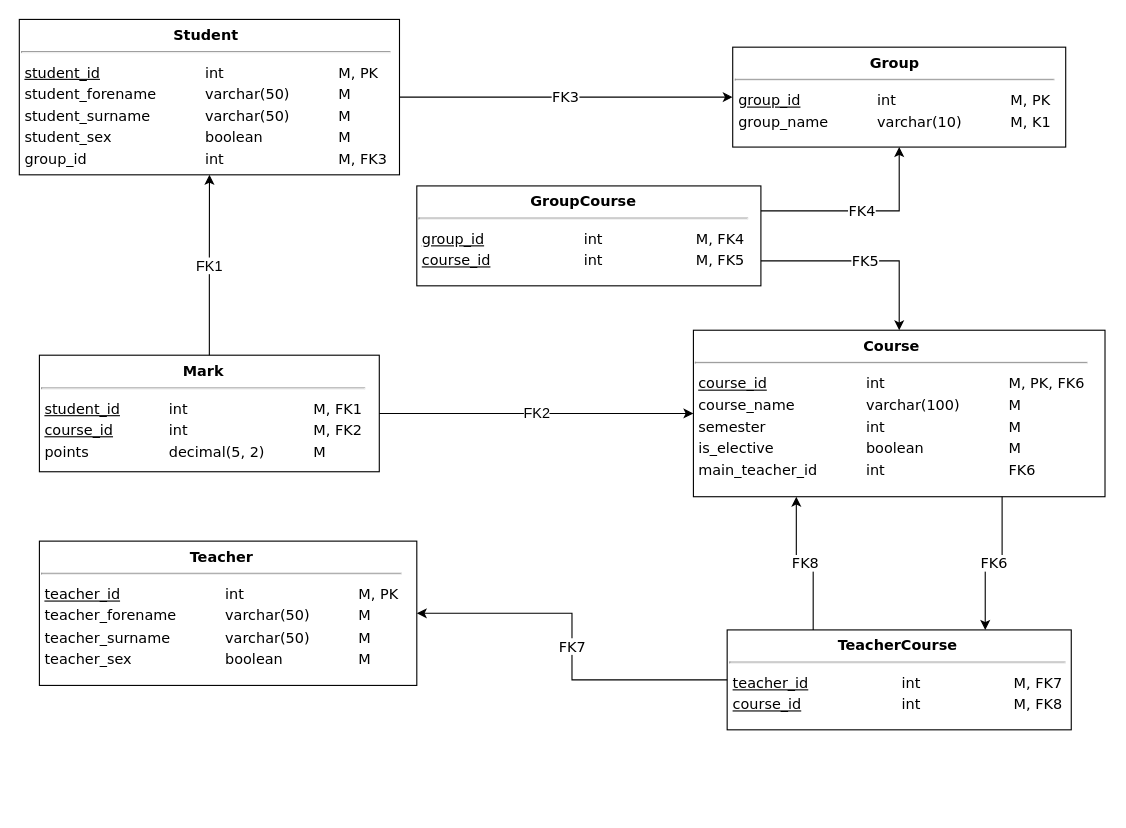
This is hw02/src/physical-scheme.drawio from cannor147/itmo-db, a draw.io file, before an edit. Source tidied: cells renumbered, new cells numbered last; positions are measured from the earlier drawing's top-left corner, leaving out a move shared by most shapes. Both pictures are drawn from the tidied source at 111%, with x=0, y=0 at pixel (19, 19).
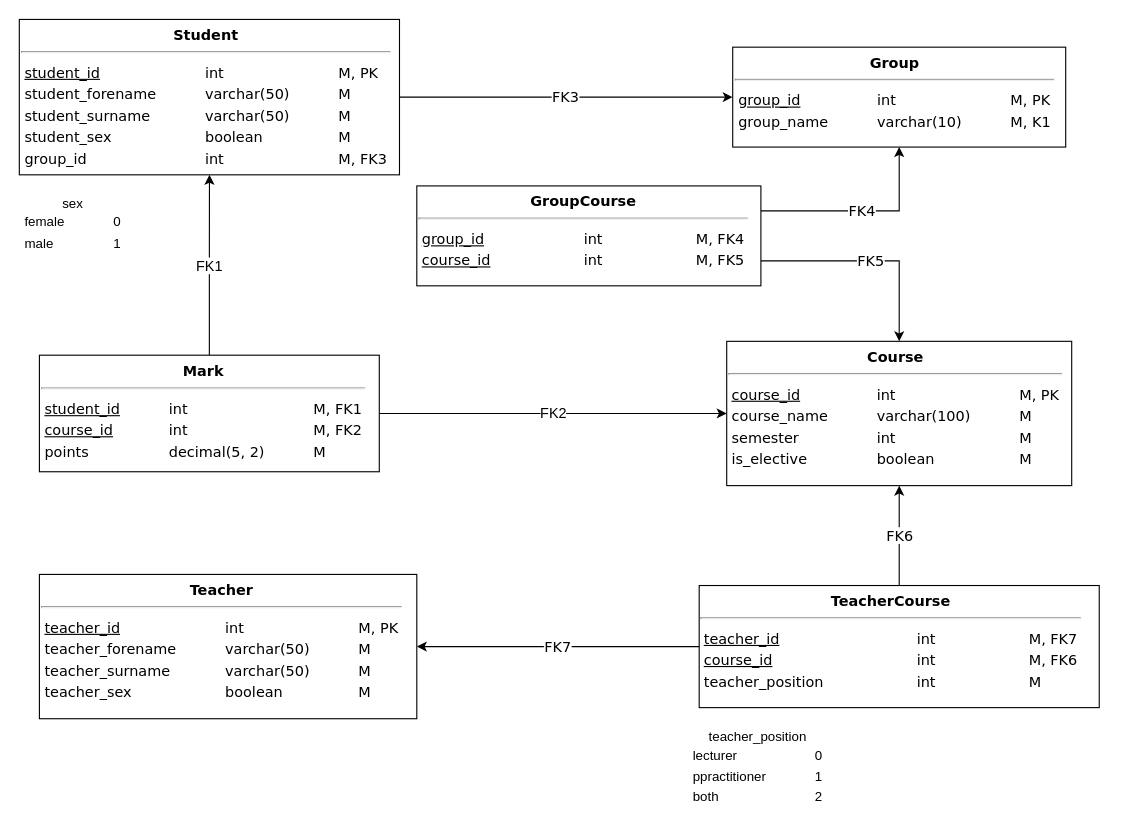
The same diagram, later.

The edit, as a diff of the source:
```diff
@@
     <mxCell id="5" value="&lt;div style=&quot;text-align: center ; font-size: 13px&quot;&gt;&lt;b style=&quot;font-size: 13px&quot;&gt;Teacher&lt;/b&gt;&lt;/div&gt;&lt;hr style=&quot;font-size: 13px&quot;&gt;&lt;table style=&quot;font-size: 13px&quot;&gt;&lt;tbody style=&quot;font-size: 13px&quot;&gt;&lt;tr style=&quot;font-size: 13px&quot;&gt;&lt;td style=&quot;font-size: 13px&quot;&gt;&lt;u&gt;teacher_id&lt;/u&gt;&lt;/td&gt;&lt;td style=&quot;font-size: 13px&quot;&gt;&lt;blockquote style=&quot;margin: 0px 0px 0px 40px ; border: none ; padding: 0px ; font-size: 13px&quot;&gt;int&lt;/blockquote&gt;&lt;/td&gt;&lt;td style=&quot;font-size: 13px&quot;&gt;&lt;blockquote style=&quot;margin: 0px 0px 0px 40px ; border: none ; padding: 0px ; font-size: 13px&quot;&gt;M, PK&lt;/blockquote&gt;&lt;/td&gt;&lt;/tr&gt;&lt;tr style=&quot;font-size: 13px&quot;&gt;&lt;td style=&quot;font-size: 13px&quot;&gt;teacher_forename&lt;/td&gt;&lt;td style=&quot;font-size: 13px&quot;&gt;&lt;blockquote style=&quot;margin: 0px 0px 0px 40px ; border: none ; padding: 0px ; font-size: 13px&quot;&gt;varchar(50)&lt;/blockquote&gt;&lt;/td&gt;&lt;td style=&quot;font-size: 13px&quot;&gt;&lt;blockquote style=&quot;margin: 0px 0px 0px 40px ; border: none ; padding: 0px ; font-size: 13px&quot;&gt;M&lt;/blockquote&gt;&lt;/td&gt;&lt;/tr&gt;&lt;tr style=&quot;font-size: 13px&quot;&gt;&lt;td style=&quot;font-size: 13px&quot;&gt;teacher_surname&lt;/td&gt;&lt;td style=&quot;font-size: 13px&quot;&gt;&lt;blockquote style=&quot;margin: 0px 0px 0px 40px ; border: none ; padding: 0px ; font-size: 13px&quot;&gt;varchar(50)&lt;/blockquote&gt;&lt;/td&gt;&lt;td style=&quot;font-size: 13px&quot;&gt;&lt;blockquote style=&quot;margin: 0px 0px 0px 40px ; border: none ; padding: 0px ; font-size: 13px&quot;&gt;M&lt;/blockquote&gt;&lt;/td&gt;&lt;/tr&gt;&lt;tr style=&quot;font-size: 13px&quot;&gt;&lt;td style=&quot;font-size: 13px&quot;&gt;teacher_sex&lt;/td&gt;&lt;td style=&quot;font-size: 13px&quot;&gt;&lt;blockquote style=&quot;margin: 0px 0px 0px 40px ; border: none ; padding: 0px ; font-size: 13px&quot;&gt;boolean&lt;/blockquote&gt;&lt;/td&gt;&lt;td style=&quot;font-size: 13px&quot;&gt;&lt;blockquote style=&quot;margin: 0px 0px 0px 40px ; border: none ; padding: 0px ; font-size: 13px&quot;&gt;M&lt;/blockquote&gt;&lt;/td&gt;&lt;/tr&gt;&lt;/tbody&gt;&lt;/table&gt;" style="rounded=0;whiteSpace=wrap;html=1;labelBackgroundColor=none;fontFamily=Verdana;fontSize=13;align=left;verticalAlign=top;" parent="1" vertex="1">
-      <mxGeometry x="18" y="470" width="340" height="130" as="geometry" />
+      <mxGeometry x="18" y="500" width="340" height="130" as="geometry" />
     </mxCell>
-    <mxCell id="6" value="&lt;div style=&quot;text-align: center ; font-size: 13px&quot;&gt;&lt;b style=&quot;font-size: 13px&quot;&gt;Course&lt;/b&gt;&lt;/div&gt;&lt;hr style=&quot;font-size: 13px&quot;&gt;&lt;table style=&quot;font-size: 13px&quot;&gt;&lt;tbody style=&quot;font-size: 13px&quot;&gt;&lt;tr style=&quot;font-size: 13px&quot;&gt;&lt;td style=&quot;font-size: 13px&quot;&gt;&lt;u&gt;course_id&lt;/u&gt;&lt;/td&gt;&lt;td style=&quot;font-size: 13px&quot;&gt;&lt;blockquote style=&quot;margin: 0px 0px 0px 40px ; border: none ; padding: 0px ; font-size: 13px&quot;&gt;int&lt;/blockquote&gt;&lt;/td&gt;&lt;td style=&quot;font-size: 13px&quot;&gt;&lt;blockquote style=&quot;margin: 0px 0px 0px 40px ; border: none ; padding: 0px ; font-size: 13px&quot;&gt;M, PK, FK6&lt;/blockquote&gt;&lt;/td&gt;&lt;/tr&gt;&lt;tr style=&quot;font-size: 13px&quot;&gt;&lt;td style=&quot;font-size: 13px&quot;&gt;course_name&lt;/td&gt;&lt;td style=&quot;font-size: 13px&quot;&gt;&lt;blockquote style=&quot;margin: 0px 0px 0px 40px ; border: none ; padding: 0px ; font-size: 13px&quot;&gt;varchar(100)&lt;/blockquote&gt;&lt;/td&gt;&lt;td style=&quot;font-size: 13px&quot;&gt;&lt;blockquote style=&quot;margin: 0px 0px 0px 40px ; border: none ; padding: 0px ; font-size: 13px&quot;&gt;M&lt;/blockquote&gt;&lt;/td&gt;&lt;/tr&gt;&lt;tr style=&quot;font-size: 13px&quot;&gt;&lt;td style=&quot;font-size: 13px&quot;&gt;semester&lt;/td&gt;&lt;td style=&quot;font-size: 13px&quot;&gt;&lt;blockquote style=&quot;margin: 0px 0px 0px 40px ; border: none ; padding: 0px ; font-size: 13px&quot;&gt;int&lt;/blockquote&gt;&lt;/td&gt;&lt;td style=&quot;font-size: 13px&quot;&gt;&lt;blockquote style=&quot;margin: 0px 0px 0px 40px ; border: none ; padding: 0px ; font-size: 13px&quot;&gt;M&lt;/blockquote&gt;&lt;/td&gt;&lt;/tr&gt;&lt;tr style=&quot;font-size: 13px&quot;&gt;&lt;td style=&quot;font-size: 13px&quot;&gt;is_elective&lt;/td&gt;&lt;td style=&quot;font-size: 13px&quot;&gt;&lt;blockquote style=&quot;margin: 0px 0px 0px 40px ; border: none ; padding: 0px ; font-size: 13px&quot;&gt;boolean&lt;/blockquote&gt;&lt;/td&gt;&lt;td style=&quot;font-size: 13px&quot;&gt;&lt;blockquote style=&quot;margin: 0px 0px 0px 40px ; border: none ; padding: 0px ; font-size: 13px&quot;&gt;M&lt;/blockquote&gt;&lt;/td&gt;&lt;/tr&gt;&lt;tr&gt;&lt;td&gt;main_teacher_id&lt;/td&gt;&lt;td&gt;&lt;blockquote style=&quot;margin: 0 0 0 40px ; border: none ; padding: 0px&quot;&gt;int&lt;/blockquote&gt;&lt;/td&gt;&lt;td&gt;&lt;blockquote style=&quot;margin: 0 0 0 40px ; border: none ; padding: 0px&quot;&gt;FK6&lt;/blockquote&gt;&lt;/td&gt;&lt;/tr&gt;&lt;/tbody&gt;&lt;/table&gt;" style="rounded=0;whiteSpace=wrap;html=1;labelBackgroundColor=none;fontFamily=Verdana;fontSize=13;align=left;verticalAlign=top;" parent="1" vertex="1">
-      <mxGeometry x="607.2" y="280" width="370.8" height="150" as="geometry" />
+    <mxCell id="6" value="&lt;div style=&quot;text-align: center ; font-size: 13px&quot;&gt;&lt;b style=&quot;font-size: 13px&quot;&gt;Course&lt;/b&gt;&lt;/div&gt;&lt;hr style=&quot;font-size: 13px&quot;&gt;&lt;table style=&quot;font-size: 13px&quot;&gt;&lt;tbody style=&quot;font-size: 13px&quot;&gt;&lt;tr style=&quot;font-size: 13px&quot;&gt;&lt;td style=&quot;font-size: 13px&quot;&gt;&lt;u&gt;course_id&lt;/u&gt;&lt;/td&gt;&lt;td style=&quot;font-size: 13px&quot;&gt;&lt;blockquote style=&quot;margin: 0px 0px 0px 40px ; border: none ; padding: 0px ; font-size: 13px&quot;&gt;int&lt;/blockquote&gt;&lt;/td&gt;&lt;td style=&quot;font-size: 13px&quot;&gt;&lt;blockquote style=&quot;margin: 0px 0px 0px 40px ; border: none ; padding: 0px ; font-size: 13px&quot;&gt;M, PK&lt;/blockquote&gt;&lt;/td&gt;&lt;/tr&gt;&lt;tr style=&quot;font-size: 13px&quot;&gt;&lt;td style=&quot;font-size: 13px&quot;&gt;course_name&lt;/td&gt;&lt;td style=&quot;font-size: 13px&quot;&gt;&lt;blockquote style=&quot;margin: 0px 0px 0px 40px ; border: none ; padding: 0px ; font-size: 13px&quot;&gt;varchar(100)&lt;/blockquote&gt;&lt;/td&gt;&lt;td style=&quot;font-size: 13px&quot;&gt;&lt;blockquote style=&quot;margin: 0px 0px 0px 40px ; border: none ; padding: 0px ; font-size: 13px&quot;&gt;M&lt;/blockquote&gt;&lt;/td&gt;&lt;/tr&gt;&lt;tr style=&quot;font-size: 13px&quot;&gt;&lt;td style=&quot;font-size: 13px&quot;&gt;semester&lt;/td&gt;&lt;td style=&quot;font-size: 13px&quot;&gt;&lt;blockquote style=&quot;margin: 0px 0px 0px 40px ; border: none ; padding: 0px ; font-size: 13px&quot;&gt;int&lt;/blockquote&gt;&lt;/td&gt;&lt;td style=&quot;font-size: 13px&quot;&gt;&lt;blockquote style=&quot;margin: 0px 0px 0px 40px ; border: none ; padding: 0px ; font-size: 13px&quot;&gt;M&lt;/blockquote&gt;&lt;/td&gt;&lt;/tr&gt;&lt;tr style=&quot;font-size: 13px&quot;&gt;&lt;td style=&quot;font-size: 13px&quot;&gt;is_elective&lt;/td&gt;&lt;td style=&quot;font-size: 13px&quot;&gt;&lt;blockquote style=&quot;margin: 0px 0px 0px 40px ; border: none ; padding: 0px ; font-size: 13px&quot;&gt;boolean&lt;/blockquote&gt;&lt;/td&gt;&lt;td style=&quot;font-size: 13px&quot;&gt;&lt;blockquote style=&quot;margin: 0px 0px 0px 40px ; border: none ; padding: 0px ; font-size: 13px&quot;&gt;M&lt;/blockquote&gt;&lt;/td&gt;&lt;/tr&gt;&lt;/tbody&gt;&lt;/table&gt;" style="rounded=0;whiteSpace=wrap;html=1;labelBackgroundColor=none;fontFamily=Verdana;fontSize=13;align=left;verticalAlign=top;" parent="1" vertex="1">
+      <mxGeometry x="637.2" y="290" width="310.8" height="130" as="geometry" />
     </mxCell>
@@
-    <mxCell id="8" value="FK6" style="endArrow=none;html=1;fontFamily=Verdana;fontSize=13;rounded=0;endFill=0;startArrow=classic;startFill=1;entryX=0.75;entryY=1;entryDx=0;entryDy=0;exitX=0.75;exitY=0;exitDx=0;exitDy=0;edgeStyle=orthogonalEdgeStyle;" parent="1" edge="1" source="14" target="6">
-      <mxGeometry relative="1" as="geometry" />
-    </mxCell>
@@
-    <mxCell id="14" value="&lt;div style=&quot;text-align: center ; font-size: 13px&quot;&gt;&lt;b style=&quot;font-size: 13px&quot;&gt;TeacherCourse&lt;/b&gt;&lt;/div&gt;&lt;hr style=&quot;font-size: 13px&quot;&gt;&lt;table style=&quot;font-size: 13px&quot;&gt;&lt;tbody style=&quot;font-size: 13px&quot;&gt;&lt;tr style=&quot;font-size: 13px&quot;&gt;&lt;td style=&quot;font-size: 13px&quot;&gt;&lt;u&gt;teacher_id&lt;/u&gt;&lt;/td&gt;&lt;td style=&quot;font-size: 13px&quot;&gt;&lt;blockquote style=&quot;margin: 0 0 0 40px ; border: none ; padding: 0px&quot;&gt;&lt;blockquote style=&quot;margin: 0px 0px 0px 40px ; border: none ; padding: 0px ; font-size: 13px&quot;&gt;int&lt;/blockquote&gt;&lt;/blockquote&gt;&lt;/td&gt;&lt;td style=&quot;font-size: 13px&quot;&gt;&lt;blockquote style=&quot;margin: 0 0 0 40px ; border: none ; padding: 0px&quot;&gt;&lt;blockquote style=&quot;margin: 0px 0px 0px 40px ; border: none ; padding: 0px ; font-size: 13px&quot;&gt;M, FK7&lt;/blockquote&gt;&lt;/blockquote&gt;&lt;/td&gt;&lt;/tr&gt;&lt;tr style=&quot;font-size: 13px&quot;&gt;&lt;td style=&quot;font-size: 13px&quot;&gt;&lt;u&gt;course_id&lt;/u&gt;&lt;/td&gt;&lt;td style=&quot;font-size: 13px&quot;&gt;&lt;blockquote style=&quot;margin: 0 0 0 40px ; border: none ; padding: 0px&quot;&gt;&lt;blockquote style=&quot;margin: 0px 0px 0px 40px ; border: none ; padding: 0px ; font-size: 13px&quot;&gt;int&lt;/blockquote&gt;&lt;/blockquote&gt;&lt;/td&gt;&lt;td style=&quot;font-size: 13px&quot;&gt;&lt;blockquote style=&quot;margin: 0 0 0 40px ; border: none ; padding: 0px&quot;&gt;&lt;blockquote style=&quot;margin: 0px 0px 0px 40px ; border: none ; padding: 0px ; font-size: 13px&quot;&gt;M, FK8&lt;/blockquote&gt;&lt;/blockquote&gt;&lt;/td&gt;&lt;/tr&gt;&lt;/tbody&gt;&lt;/table&gt;" style="rounded=0;whiteSpace=wrap;html=1;labelBackgroundColor=none;fontFamily=Verdana;fontSize=13;align=left;verticalAlign=top;" parent="1" vertex="1">
-      <mxGeometry x="637.6" y="550" width="310" height="90" as="geometry" />
+    <mxCell id="14" value="&lt;div style=&quot;text-align: center ; font-size: 13px&quot;&gt;&lt;b style=&quot;font-size: 13px&quot;&gt;TeacherCourse&lt;/b&gt;&lt;/div&gt;&lt;hr style=&quot;font-size: 13px&quot;&gt;&lt;table style=&quot;font-size: 13px&quot;&gt;&lt;tbody style=&quot;font-size: 13px&quot;&gt;&lt;tr style=&quot;font-size: 13px&quot;&gt;&lt;td style=&quot;font-size: 13px&quot;&gt;&lt;u&gt;teacher_id&lt;/u&gt;&lt;/td&gt;&lt;td style=&quot;font-size: 13px&quot;&gt;&lt;blockquote style=&quot;margin: 0 0 0 40px ; border: none ; padding: 0px&quot;&gt;&lt;blockquote style=&quot;margin: 0px 0px 0px 40px ; border: none ; padding: 0px ; font-size: 13px&quot;&gt;int&lt;/blockquote&gt;&lt;/blockquote&gt;&lt;/td&gt;&lt;td style=&quot;font-size: 13px&quot;&gt;&lt;blockquote style=&quot;margin: 0 0 0 40px ; border: none ; padding: 0px&quot;&gt;&lt;blockquote style=&quot;margin: 0px 0px 0px 40px ; border: none ; padding: 0px ; font-size: 13px&quot;&gt;M, FK7&lt;/blockquote&gt;&lt;/blockquote&gt;&lt;/td&gt;&lt;/tr&gt;&lt;tr style=&quot;font-size: 13px&quot;&gt;&lt;td style=&quot;font-size: 13px&quot;&gt;&lt;u&gt;course_id&lt;/u&gt;&lt;/td&gt;&lt;td style=&quot;font-size: 13px&quot;&gt;&lt;blockquote style=&quot;margin: 0 0 0 40px ; border: none ; padding: 0px&quot;&gt;&lt;blockquote style=&quot;margin: 0px 0px 0px 40px ; border: none ; padding: 0px ; font-size: 13px&quot;&gt;int&lt;/blockquote&gt;&lt;/blockquote&gt;&lt;/td&gt;&lt;td style=&quot;font-size: 13px&quot;&gt;&lt;blockquote style=&quot;margin: 0 0 0 40px ; border: none ; padding: 0px&quot;&gt;&lt;blockquote style=&quot;margin: 0px 0px 0px 40px ; border: none ; padding: 0px ; font-size: 13px&quot;&gt;M, FK6&lt;/blockquote&gt;&lt;/blockquote&gt;&lt;/td&gt;&lt;/tr&gt;&lt;tr&gt;&lt;td&gt;teacher_position&lt;/td&gt;&lt;td&gt;&lt;blockquote style=&quot;margin: 0 0 0 40px ; border: none ; padding: 0px&quot;&gt;&lt;blockquote style=&quot;margin: 0 0 0 40px ; border: none ; padding: 0px&quot;&gt;int&lt;/blockquote&gt;&lt;/blockquote&gt;&lt;/td&gt;&lt;td&gt;&lt;blockquote style=&quot;margin: 0 0 0 40px ; border: none ; padding: 0px&quot;&gt;&lt;blockquote style=&quot;margin: 0 0 0 40px ; border: none ; padding: 0px&quot;&gt;M&lt;/blockquote&gt;&lt;/blockquote&gt;&lt;/td&gt;&lt;/tr&gt;&lt;/tbody&gt;&lt;/table&gt;" style="rounded=0;whiteSpace=wrap;html=1;labelBackgroundColor=none;fontFamily=Verdana;fontSize=13;align=left;verticalAlign=top;" parent="1" vertex="1">
+      <mxGeometry x="612.4" y="510" width="360.4" height="110" as="geometry" />
     </mxCell>
-    <mxCell id="15" value="FK8" style="endArrow=none;html=1;fontFamily=Verdana;fontSize=13;rounded=0;endFill=0;startArrow=classic;startFill=1;entryX=0.25;entryY=0;entryDx=0;entryDy=0;edgeStyle=orthogonalEdgeStyle;exitX=0.25;exitY=1;exitDx=0;exitDy=0;" parent="1" edge="1" source="6" target="14">
+    <mxCell id="15" value="FK6" style="endArrow=none;html=1;fontFamily=Verdana;fontSize=13;rounded=0;endFill=0;startArrow=classic;startFill=1;edgeStyle=orthogonalEdgeStyle;" parent="1" edge="1" source="6" target="14">
       <mxGeometry relative="1" as="geometry" />
     </mxCell>
@@
+    <mxCell id="17" value="&lt;div style=&quot;text-align: center&quot;&gt;&lt;span&gt;teacher_position&lt;/span&gt;&lt;/div&gt;&lt;table&gt;&lt;tbody&gt;&lt;tr&gt;&lt;td&gt;lecturer&lt;/td&gt;&lt;td&gt;&lt;blockquote style=&quot;margin: 0 0 0 40px ; border: none ; padding: 0px&quot;&gt;0&lt;/blockquote&gt;&lt;/td&gt;&lt;/tr&gt;&lt;tr&gt;&lt;td&gt;ppractitioner&lt;/td&gt;&lt;td&gt;&lt;blockquote style=&quot;margin: 0 0 0 40px ; border: none ; padding: 0px&quot;&gt;1&lt;/blockquote&gt;&lt;/td&gt;&lt;/tr&gt;&lt;tr&gt;&lt;td&gt;both&lt;/td&gt;&lt;td&gt;&lt;blockquote style=&quot;margin: 0 0 0 40px ; border: none ; padding: 0px&quot;&gt;2&lt;/blockquote&gt;&lt;/td&gt;&lt;/tr&gt;&lt;/tbody&gt;&lt;/table&gt;" style="text;html=1;align=left;verticalAlign=middle;" parent="1" vertex="1">
+      <mxGeometry x="602.4" y="640" width="140" height="70" as="geometry" />
+    </mxCell>
+    <mxCell id="18" value="&lt;div style=&quot;text-align: center&quot;&gt;&lt;span&gt;sex&lt;/span&gt;&lt;/div&gt;&lt;table&gt;&lt;tbody&gt;&lt;tr&gt;&lt;td&gt;female&lt;/td&gt;&lt;td&gt;&lt;blockquote style=&quot;margin: 0 0 0 40px ; border: none ; padding: 0px&quot;&gt;0&lt;/blockquote&gt;&lt;/td&gt;&lt;/tr&gt;&lt;tr&gt;&lt;td&gt;male&lt;/td&gt;&lt;td&gt;&lt;blockquote style=&quot;margin: 0 0 0 40px ; border: none ; padding: 0px&quot;&gt;1&lt;/blockquote&gt;&lt;/td&gt;&lt;/tr&gt;&lt;/tbody&gt;&lt;/table&gt;" style="text;html=1;align=left;verticalAlign=middle;" parent="1" vertex="1">
+      <mxGeometry x="-0.1" y="160" width="110" height="50" as="geometry" />
+    </mxCell>
```
